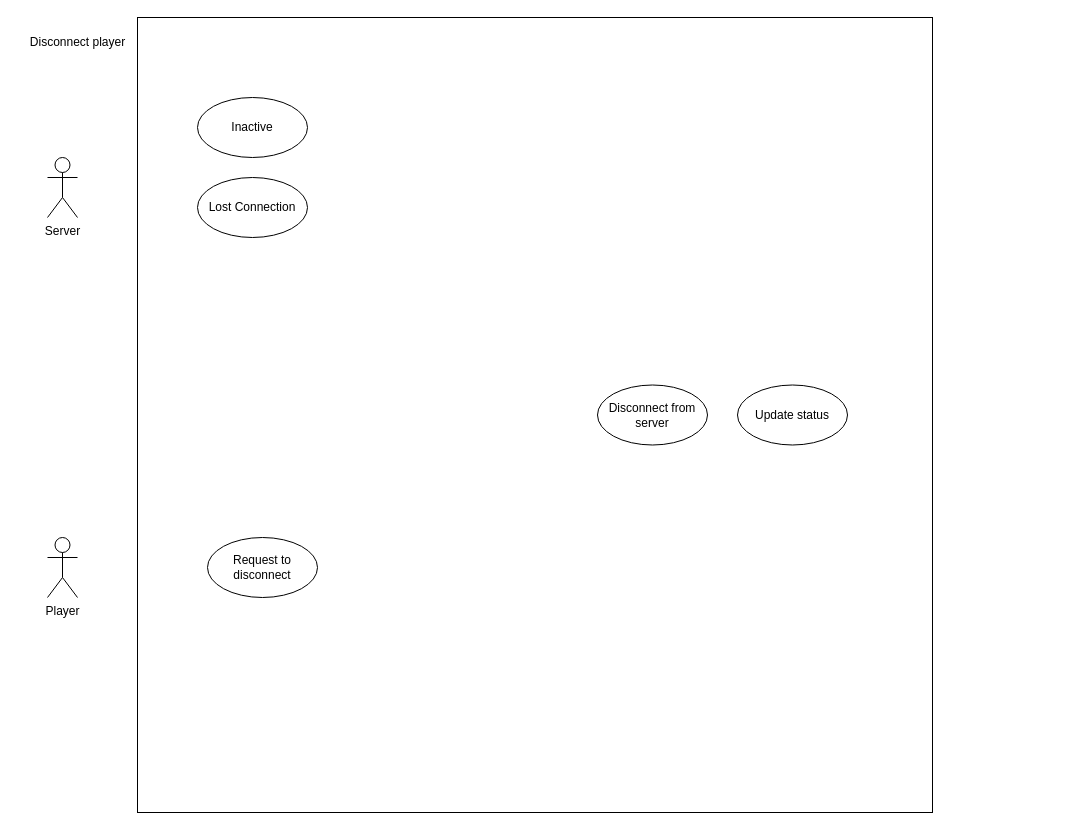
Earlier version of the draw.io diagram Disconnect_player.drawio (farshadislam/Socketed-Multigame-GUI). Source tidied: cells renumbered, new cells numbered last; positions are measured from the earlier drawing's top-left corner, leaving out a move shared by most shapes. Both pictures are drawn from the tidied source at 100%, with x=0, y=0 at pixel (17, 17).
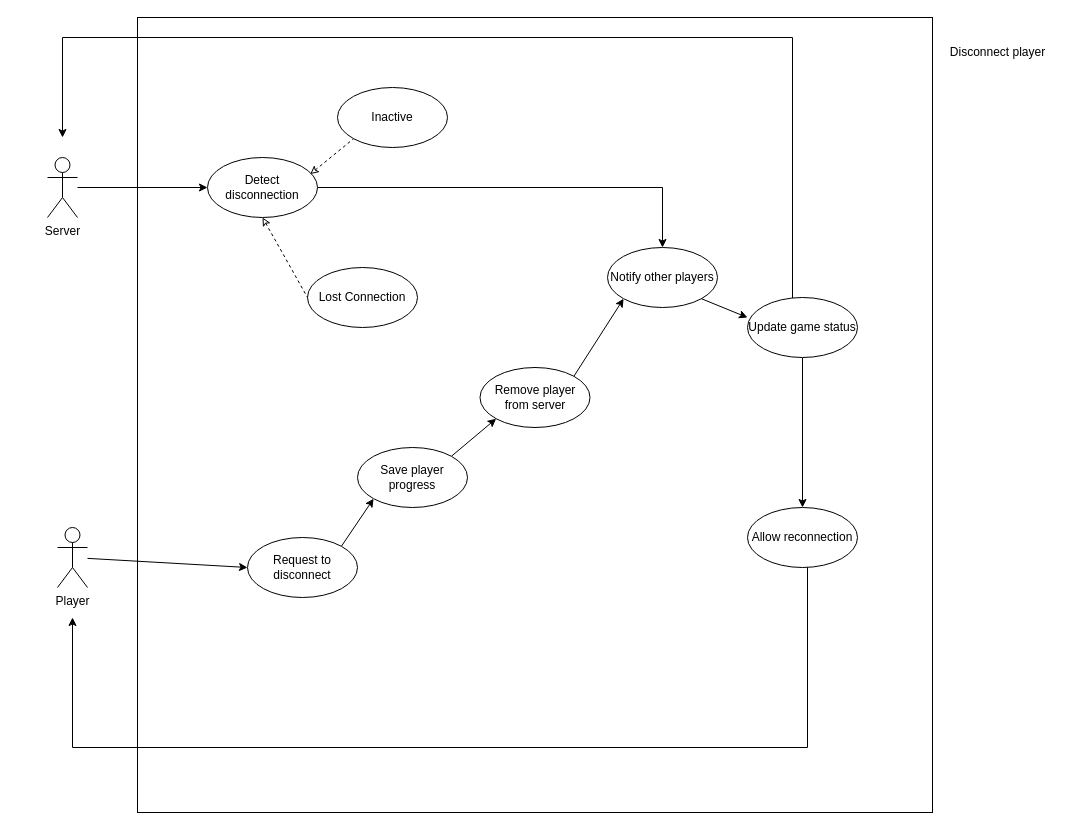
The same diagram, later.

Commit message (it also covers changes not shown here):
Worked on the draw.io files, making use case diagrams for Disconnect player, join match, Verify online status. Done with use cases, just need to work on the relationships between them

The change refers to these unchanged cells:
```xml
<mxCell id="6" value="Server" style="shape=umlActor;verticalLabelPosition=bottom;verticalAlign=top;html=1;outlineConnect=0;" parent="1" vertex="1">
  <mxGeometry x="30" y="140" width="30" height="60" as="geometry" />
</mxCell>
```

What changed in the source:
```diff
@@
+    <mxCell id="11" style="rounded=0;jettySize=auto;html=1;entryX=0;entryY=0.5;entryDx=0;entryDy=0;" parent="1" edge="1" source="3" target="5">
+      <mxGeometry relative="1" as="geometry" />
+    </mxCell>
     <mxCell id="3" value="Player" style="shape=umlActor;verticalLabelPosition=bottom;verticalAlign=top;html=1;outlineConnect=0;" parent="1" vertex="1">
-      <mxGeometry x="30" y="520" width="30" height="60" as="geometry" />
+      <mxGeometry x="40" y="510" width="30" height="60" as="geometry" />
     </mxCell>
     <mxCell id="4" value="Disconnect player" style="text;html=1;align=center;verticalAlign=middle;strokeColor=none;fillColor=none;" parent="1" vertex="1">
-      <mxGeometry y="10" width="120" height="30" as="geometry" />
+      <mxGeometry x="920" y="20" width="120" height="30" as="geometry" />
     </mxCell>
+    <mxCell id="12" style="rounded=0;jettySize=auto;html=1;exitX=1;exitY=0;exitDx=0;exitDy=0;entryX=0;entryY=1;entryDx=0;entryDy=0;" parent="1" edge="1" source="5" target="23">
+      <mxGeometry relative="1" as="geometry" />
+    </mxCell>
     <mxCell id="5" value="Request to disconnect" style="ellipse;whiteSpace=wrap;html=1;" parent="1" vertex="1">
-      <mxGeometry x="190" y="520" width="110" height="60" as="geometry" />
+      <mxGeometry x="230" y="520" width="110" height="60" as="geometry" />
     </mxCell>
+    <mxCell id="13" style="edgeStyle=orthogonalEdgeStyle;rounded=0;jettySize=auto;html=1;entryX=0;entryY=0.5;entryDx=0;entryDy=0;" parent="1" edge="1" source="6" target="20">
+      <mxGeometry relative="1" as="geometry" />
+    </mxCell>
@@
     <mxCell id="7" value="Inactive" style="ellipse;whiteSpace=wrap;html=1;" parent="1" vertex="1">
-      <mxGeometry x="180" y="80" width="110" height="60" as="geometry" />
+      <mxGeometry x="320" y="70" width="110" height="60" as="geometry" />
     </mxCell>
+    <mxCell id="14" style="rounded=0;jettySize=auto;html=1;exitX=1;exitY=0;exitDx=0;exitDy=0;entryX=0;entryY=1;entryDx=0;entryDy=0;" parent="1" edge="1" source="8" target="21">
+      <mxGeometry relative="1" as="geometry" />
+    </mxCell>
-    <mxCell id="8" value="Disconnect from server" style="ellipse;whiteSpace=wrap;html=1;" parent="1" vertex="1">
-      <mxGeometry x="580" y="367.5" width="110" height="60" as="geometry" />
+    <mxCell id="8" value="Remove player from server" style="ellipse;whiteSpace=wrap;html=1;" parent="1" vertex="1">
+      <mxGeometry x="462.5" y="350" width="110" height="60" as="geometry" />
     </mxCell>
+    <mxCell id="15" style="rounded=0;jettySize=auto;html=1;exitX=0.5;exitY=1;exitDx=0;exitDy=0;entryX=0.5;entryY=0;entryDx=0;entryDy=0;" parent="1" edge="1" source="9" target="25">
+      <mxGeometry relative="1" as="geometry" />
+    </mxCell>
+    <mxCell id="16" style="edgeStyle=orthogonalEdgeStyle;rounded=0;jettySize=auto;html=1;" parent="1" edge="1" source="9">
+      <mxGeometry relative="1" as="geometry">
+        <mxPoint x="45" y="120" as="targetPoint" />
+        <Array as="points">
+          <mxPoint x="775" y="20" />
+          <mxPoint x="45" y="20" />
+        </Array>
+      </mxGeometry>
+    </mxCell>
-    <mxCell id="9" value="Update status" style="ellipse;whiteSpace=wrap;html=1;" parent="1" vertex="1">
-      <mxGeometry x="720" y="367.5" width="110" height="60" as="geometry" />
+    <mxCell id="9" value="Update game status" style="ellipse;whiteSpace=wrap;html=1;" parent="1" vertex="1">
+      <mxGeometry x="730" y="280" width="110" height="60" as="geometry" />
     </mxCell>
     <mxCell id="10" value="Lost Connection" style="ellipse;whiteSpace=wrap;html=1;" parent="1" vertex="1">
-      <mxGeometry x="180" y="160" width="110" height="60" as="geometry" />
+      <mxGeometry x="290" y="250" width="110" height="60" as="geometry" />
     </mxCell>
+    <mxCell id="17" style="rounded=0;jettySize=auto;html=1;exitX=0.934;exitY=0.277;exitDx=0;exitDy=0;entryX=0;entryY=1;entryDx=0;entryDy=0;startArrow=classic;startFill=0;endArrow=none;dashed=1;exitPerimeter=0;" parent="1" edge="1" source="20" target="7">
+      <mxGeometry relative="1" as="geometry" />
+    </mxCell>
+    <mxCell id="18" style="rounded=0;jettySize=auto;html=1;exitX=0.5;exitY=1;exitDx=0;exitDy=0;entryX=0;entryY=0.5;entryDx=0;entryDy=0;startArrow=classic;startFill=0;endArrow=none;dashed=1;" parent="1" edge="1" source="20" target="10">
+      <mxGeometry relative="1" as="geometry" />
+    </mxCell>
+    <mxCell id="19" style="edgeStyle=orthogonalEdgeStyle;rounded=0;jettySize=auto;html=1;entryX=0.5;entryY=0;entryDx=0;entryDy=0;" parent="1" edge="1" source="20" target="21">
+      <mxGeometry relative="1" as="geometry" />
+    </mxCell>
+    <mxCell id="20" value="Detect disconnection" style="ellipse;whiteSpace=wrap;html=1;" parent="1" vertex="1">
+      <mxGeometry x="190" y="140" width="110" height="60" as="geometry" />
+    </mxCell>
+    <mxCell id="21" value="Notify other players" style="ellipse;whiteSpace=wrap;html=1;" parent="1" vertex="1">
+      <mxGeometry x="590" y="230" width="110" height="60" as="geometry" />
+    </mxCell>
+    <mxCell id="22" style="rounded=0;jettySize=auto;html=1;exitX=1;exitY=0;exitDx=0;exitDy=0;entryX=0;entryY=1;entryDx=0;entryDy=0;" parent="1" edge="1" source="23" target="8">
+      <mxGeometry relative="1" as="geometry" />
+    </mxCell>
+    <mxCell id="23" value="Save player progress" style="ellipse;whiteSpace=wrap;html=1;" parent="1" vertex="1">
+      <mxGeometry x="340" y="430" width="110" height="60" as="geometry" />
+    </mxCell>
+    <mxCell id="24" style="edgeStyle=orthogonalEdgeStyle;rounded=0;orthogonalLoop=1;jettySize=auto;html=1;" parent="1" edge="1">
+      <mxGeometry relative="1" as="geometry">
+        <mxPoint x="820" y="540" as="sourcePoint" />
+        <mxPoint x="55" y="600" as="targetPoint" />
+        <Array as="points">
+          <mxPoint x="790" y="540" />
+          <mxPoint x="790" y="730" />
+          <mxPoint x="55" y="730" />
+        </Array>
+      </mxGeometry>
+    </mxCell>
+    <mxCell id="25" value="Allow reconnection" style="ellipse;whiteSpace=wrap;html=1;" parent="1" vertex="1">
+      <mxGeometry x="730" y="490" width="110" height="60" as="geometry" />
+    </mxCell>
+    <mxCell id="26" style="rounded=0;jettySize=auto;html=1;exitX=1;exitY=1;exitDx=0;exitDy=0;" parent="1" edge="1" source="21">
+      <mxGeometry relative="1" as="geometry">
+        <mxPoint x="730" y="300" as="targetPoint" />
+      </mxGeometry>
+    </mxCell>
```
